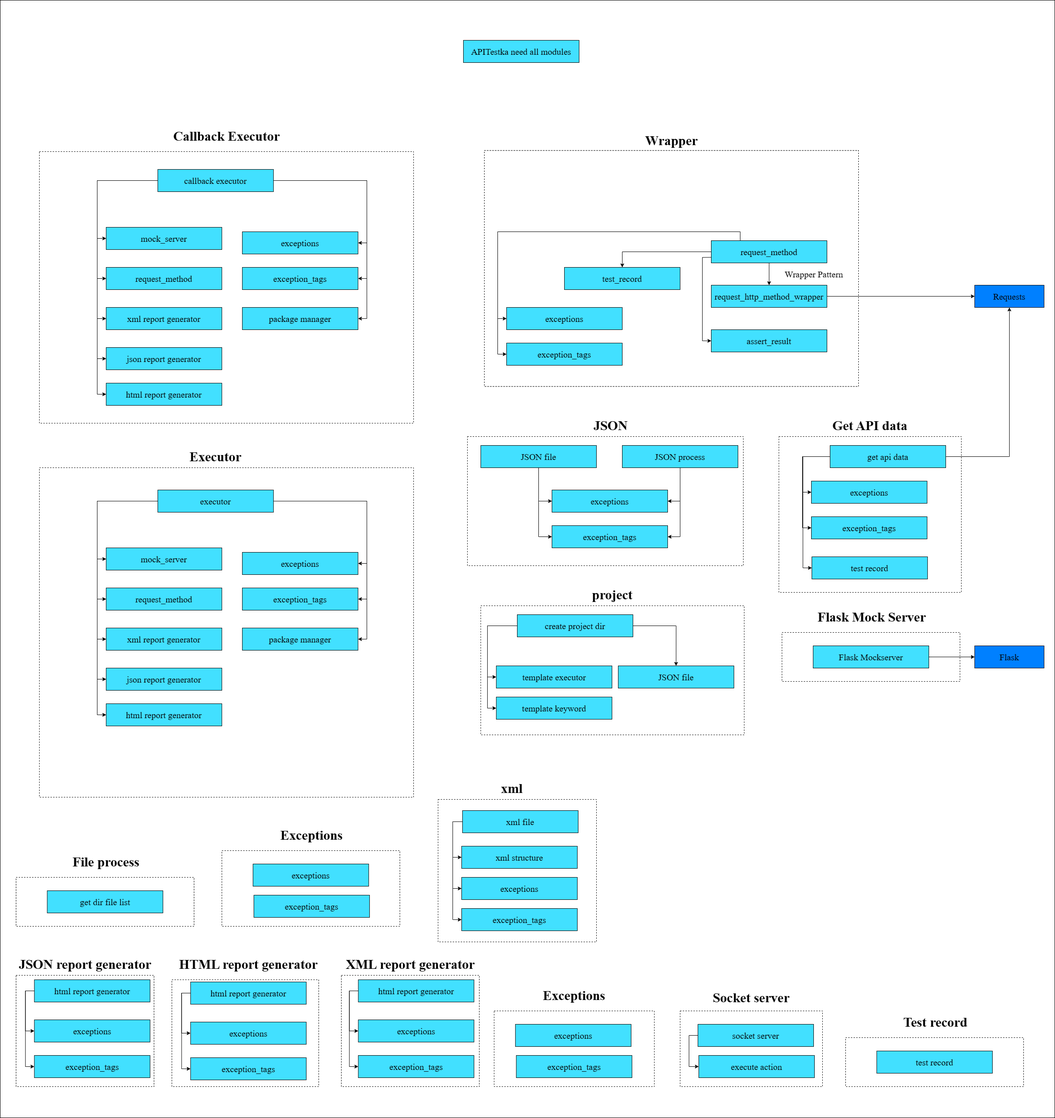
Above: architecture_diagram/APITestka_Architecture.drawio.png in Integration-Automation/APITestka (draw.io), before the change. Source tidied: cells renumbered, new cells last; positions are measured from the earlier drawing's top-left corner, leaving out a move shared by most shapes.
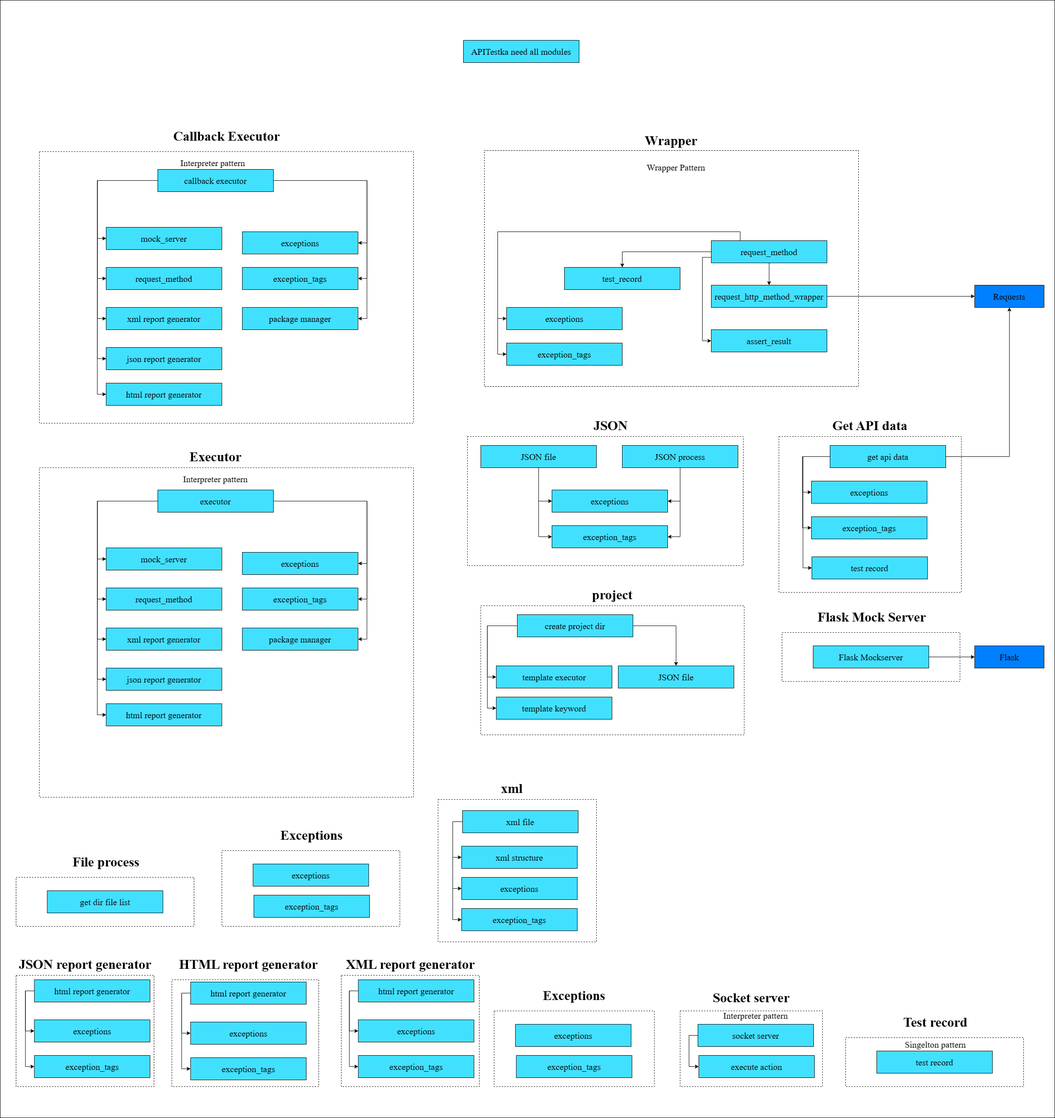
Above is the later version.

Diff of the diagram source:
```diff
@@ -57,7 +57,7 @@
       <mxGeometry x="1598" y="640" width="260" height="50" as="geometry" />
     </mxCell>
     <mxCell id="20" value="Wrapper Pattern" style="text;html=1;strokeColor=none;fillColor=none;align=center;verticalAlign=middle;whiteSpace=wrap;rounded=0;fontSize=20;fontFamily=Times New Roman;" parent="1" vertex="1">
-      <mxGeometry x="1739" y="600" width="180" height="30" as="geometry" />
+      <mxGeometry x="1428.9" y="360" width="180" height="30" as="geometry" />
     </mxCell>
     <mxCell id="21" value="assert_result" style="rounded=0;whiteSpace=wrap;html=1;fillColor=#42E0FF;fontFamily=Times New Roman;fontSize=20;" parent="1" vertex="1">
       <mxGeometry x="1598" y="740" width="260" height="50" as="geometry" />
@@ -419,5 +419,17 @@
     <mxCell id="140" value="exception_tags" style="rounded=0;whiteSpace=wrap;html=1;fillColor=#42E0FF;fontFamily=Times New Roman;fontSize=20;" parent="1" vertex="1">
       <mxGeometry x="1037" y="2040" width="260" height="50" as="geometry" />
     </mxCell>
+    <mxCell id="141" value="Interpreter pattern" style="text;html=1;strokeColor=none;fillColor=none;align=center;verticalAlign=middle;whiteSpace=wrap;rounded=0;fontSize=20;fontFamily=Times New Roman;" parent="1" vertex="1">
+      <mxGeometry x="394.1" y="1060" width="180" height="30" as="geometry" />
+    </mxCell>
+    <mxCell id="142" value="Interpreter pattern" style="text;html=1;strokeColor=none;fillColor=none;align=center;verticalAlign=middle;whiteSpace=wrap;rounded=0;fontSize=20;fontFamily=Times New Roman;" parent="1" vertex="1">
+      <mxGeometry x="388.1" y="350" width="180" height="30" as="geometry" />
+    </mxCell>
+    <mxCell id="143" value="Interpreter pattern" style="text;html=1;strokeColor=none;fillColor=none;align=center;verticalAlign=middle;whiteSpace=wrap;rounded=0;fontSize=20;fontFamily=Times New Roman;" parent="1" vertex="1">
+      <mxGeometry x="1608" y="2265" width="180" height="30" as="geometry" />
+    </mxCell>
+    <mxCell id="144" value="Singelton pattern" style="text;html=1;strokeColor=none;fillColor=none;align=center;verticalAlign=middle;whiteSpace=wrap;rounded=0;fontSize=20;fontFamily=Times New Roman;" parent="1" vertex="1">
+      <mxGeometry x="2011.8" y="2330" width="180" height="30" as="geometry" />
+    </mxCell>
   </root>
 </mxGraphModel>
```
